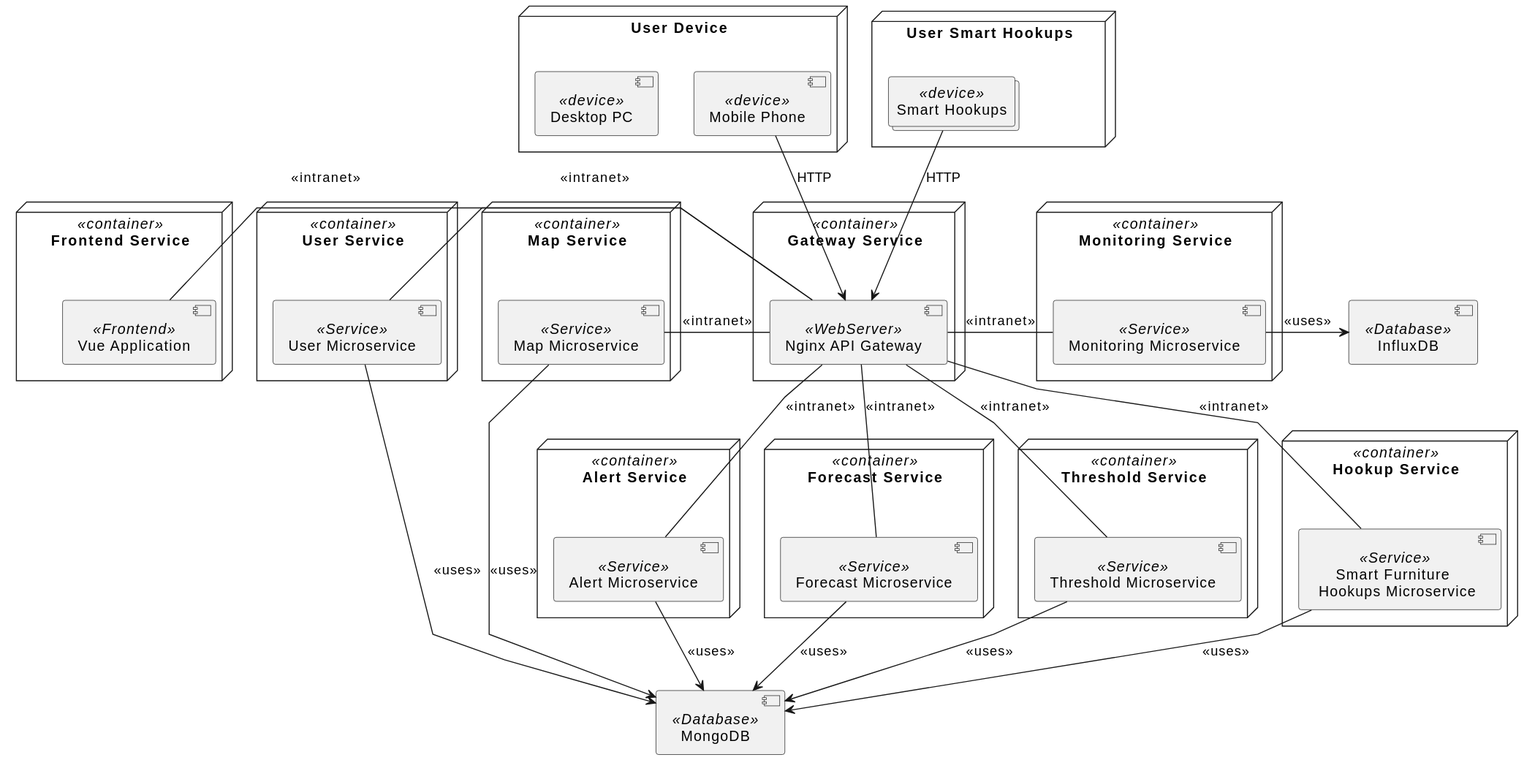
This is docs/report/img/uml/deployment_view.svg from EnergyConsumptionOptimizer/documentation, a PlantUML export, as it was before one commit. Its diagram source:
```plantuml
@startuml
skinparam componentStyle uml2
skinparam defaultTextAlignment center
skinparam linetype polyline

skinparam node {
    BackgroundColor<<db_container>> #EEEEEE
    BorderColor<<db_container>> #999999
}

node "User Device" {
    component "Desktop PC" <<device>> as pc
    component "Mobile Phone" <<device>> as mobile
}

node "User Smart Hookups" {
    collections "Smart Hookups" <<device>> as hookups
}

node "Gateway Service" <<container>> {
    component "Nginx API Gateway" <<WebServer>> as nginx
}

component "MongoDB" <<Database>> as mongodb
component "InfluxDB" <<Database>> as influxdb



node "Frontend Service" <<container>> {
    component "Vue Application" <<Frontend>> as frontend
}
node "User Service" <<container>> {
    component "User Microservice" <<Service>> as user
}
node "Map Service" <<container>> {
    component "Map Microservice" <<Service>> as map
}

node "Monitoring Service" <<container>> {
    component "Monitoring Microservice" <<Service>> as monitoring
}
node "Alert Service" <<container>> {
    component "Alert Microservice" <<Service>> as alert
}

node "Forecast Service" <<container>> {
    component "Forecast Microservice" <<Service>> as forecast
}
node "Threshold Service" <<container>> {
    component "Threshold Microservice" <<Service>> as threshold
}
node "Hookup Service" <<container>> {
    component "Smart Furniture \n Hookups Microservice" <<Service>> as hookup
}


mobile --> nginx : HTTP
hookups --> nginx : HTTP

nginx -left- frontend : <<intranet>>
nginx -left- user : <<intranet>>
nginx -left- map : <<intranet>>

nginx -right- monitoring : <<intranet>>
nginx -right- alert : <<intranet>>

nginx -down- forecast : <<intranet>>
nginx -down- threshold : <<intranet>>
nginx -down- hookup : <<intranet>>

user --> mongodb : <<uses>>
map --> mongodb : <<uses>>
alert --> mongodb : <<uses>>
forecast --> mongodb : <<uses>>
threshold --> mongodb : <<uses>>
hookup --> mongodb : <<uses>>
monitoring -right-> influxdb : <<uses>>
@enduml
```
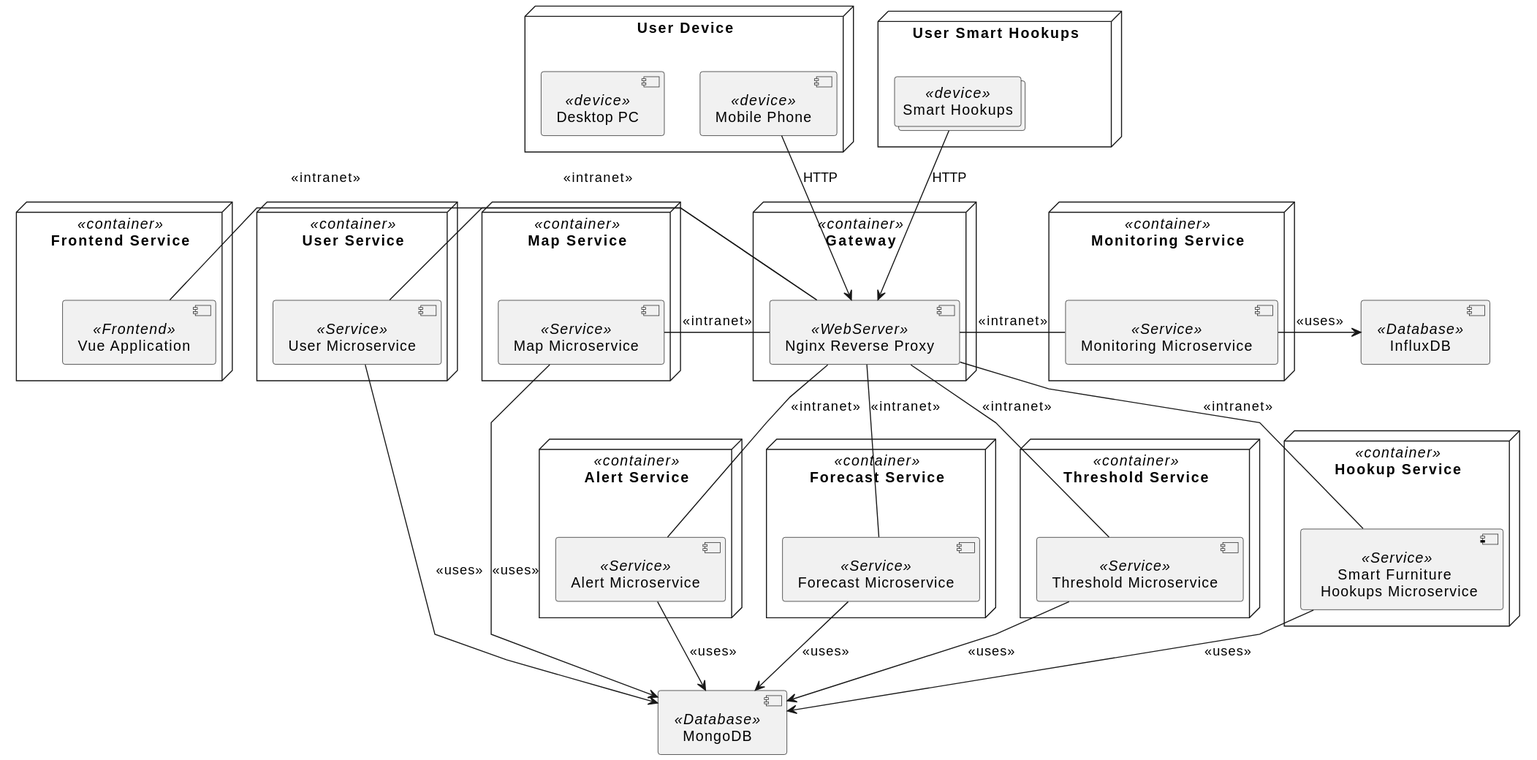
The same file after the commit.

Diff of the diagram source:
```diff
@@ -17,8 +17,8 @@
     collections "Smart Hookups" <<device>> as hookups
 }
 
-node "Gateway Service" <<container>> {
-    component "Nginx API Gateway" <<WebServer>> as nginx
+node "Gateway" <<container>> {
+    component "Nginx Reverse Proxy" <<WebServer>> as nginx
 }
 
 component "MongoDB" <<Database>> as mongodb
```
